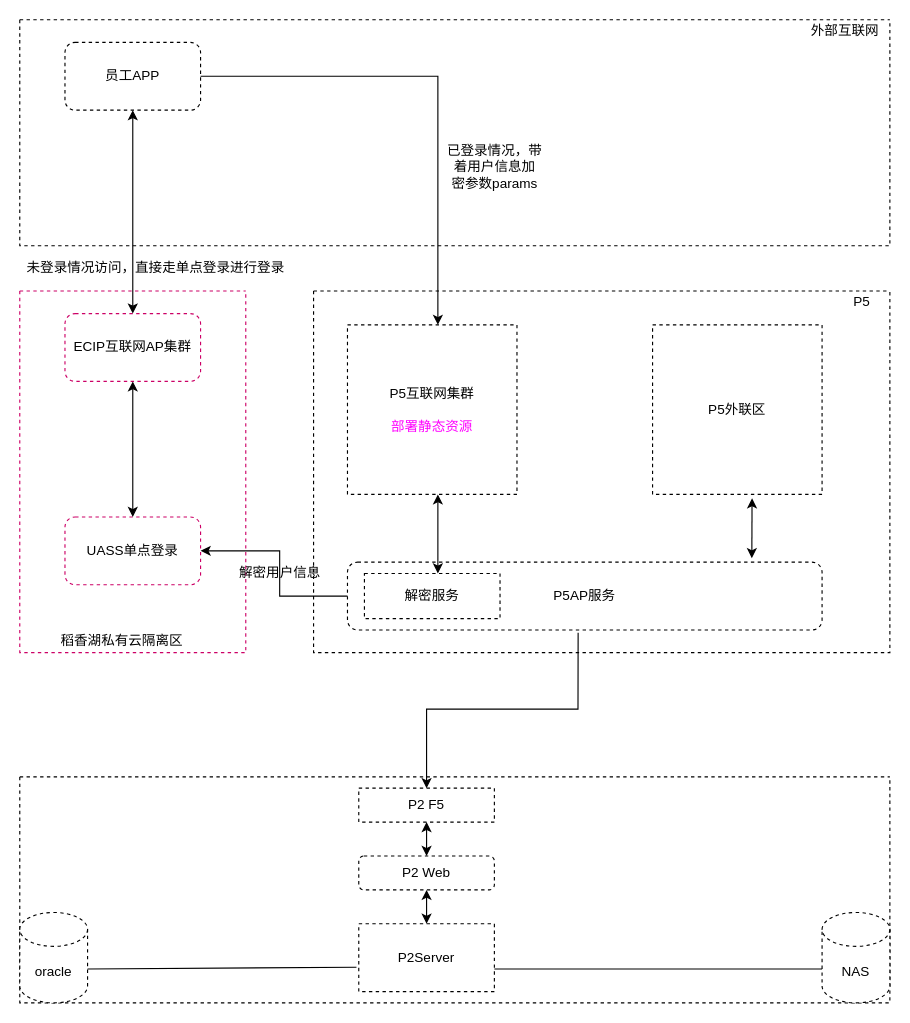
The draw.io diagram page "第 1 页" (1 of 3) of 未命名绘图.drawio in wasteoneslife/onlywork, before the edit. Source tidied: cells renumbered, new cells numbered last; positions are measured from the earlier drawing's top-left corner, leaving out a move shared by most shapes. Both pictures are drawn from the tidied source at 113%, with x=0, y=0 at pixel (19, 19).
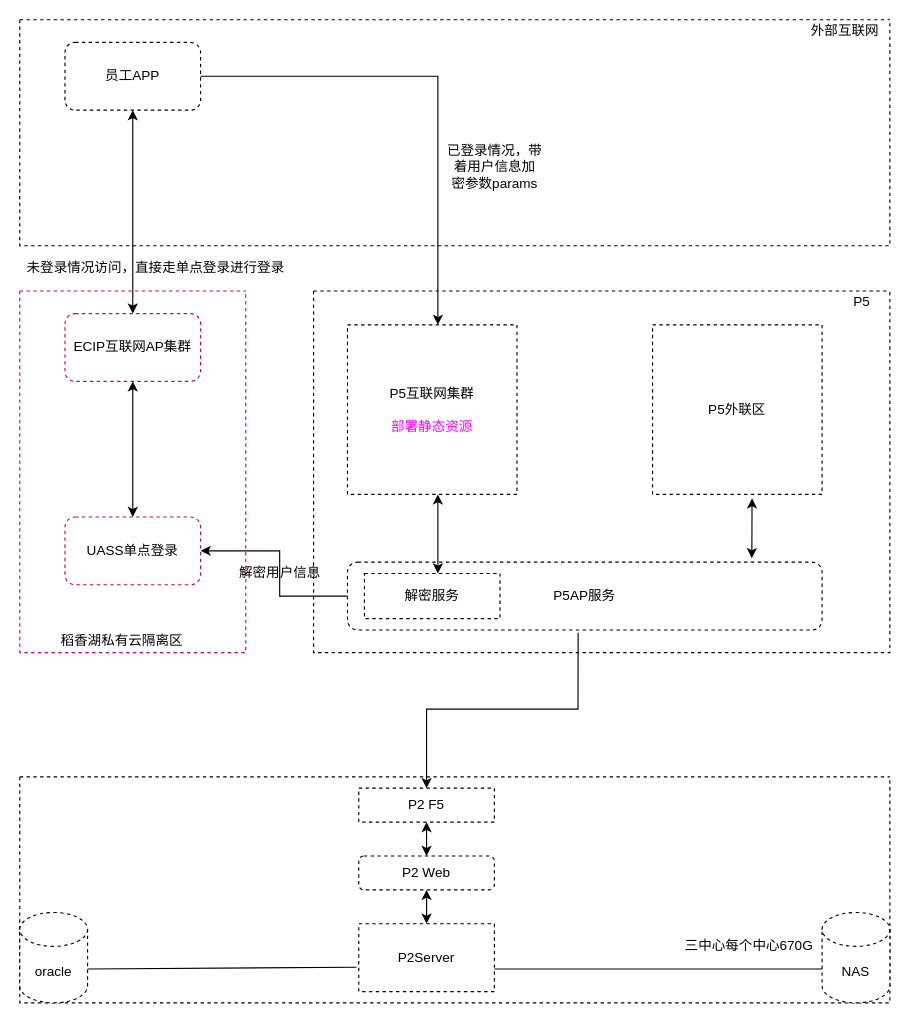
The same page after the edit.

Unchanged cells that the change refers to:
```xml
<mxCell id="22" style="swimlane;startSize=0;dashed=1;fontColor=#FF00FF;" parent="1" vertex="1">
  <mxGeometry y="670" width="770" height="200" as="geometry" />
</mxCell>
```

Diff of the diagram source:
```diff
@@
+    <mxCell id="35" value="三中心每个中心670G" style="text;html=1;align=center;verticalAlign=middle;strokeColor=none;fillColor=none;fontColor=#000000;" parent="22" vertex="1">
+      <mxGeometry x="580" y="140" width="130" height="20" as="geometry" />
+    </mxCell>
```
